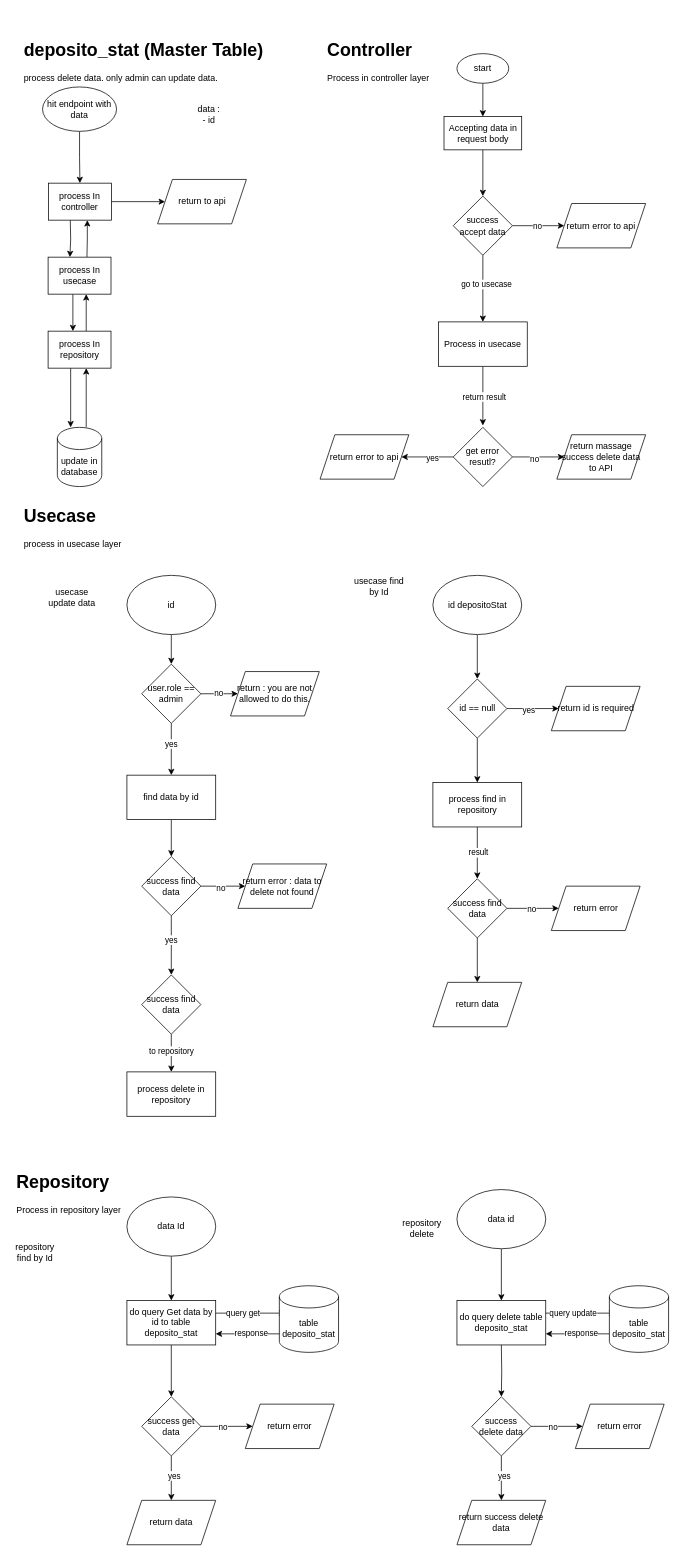
Above: page "delete_by_id" (3 of 3) of deposito_stat.drawio in MasEBTa/drawio (draw.io), before the change. Source tidied: cells renumbered, new cells numbered last; positions are measured from the earlier drawing's top-left corner, leaving out a move shared by most shapes. Both pictures are drawn from the tidied source at 74%, with x=0, y=0 at pixel (13, 35).
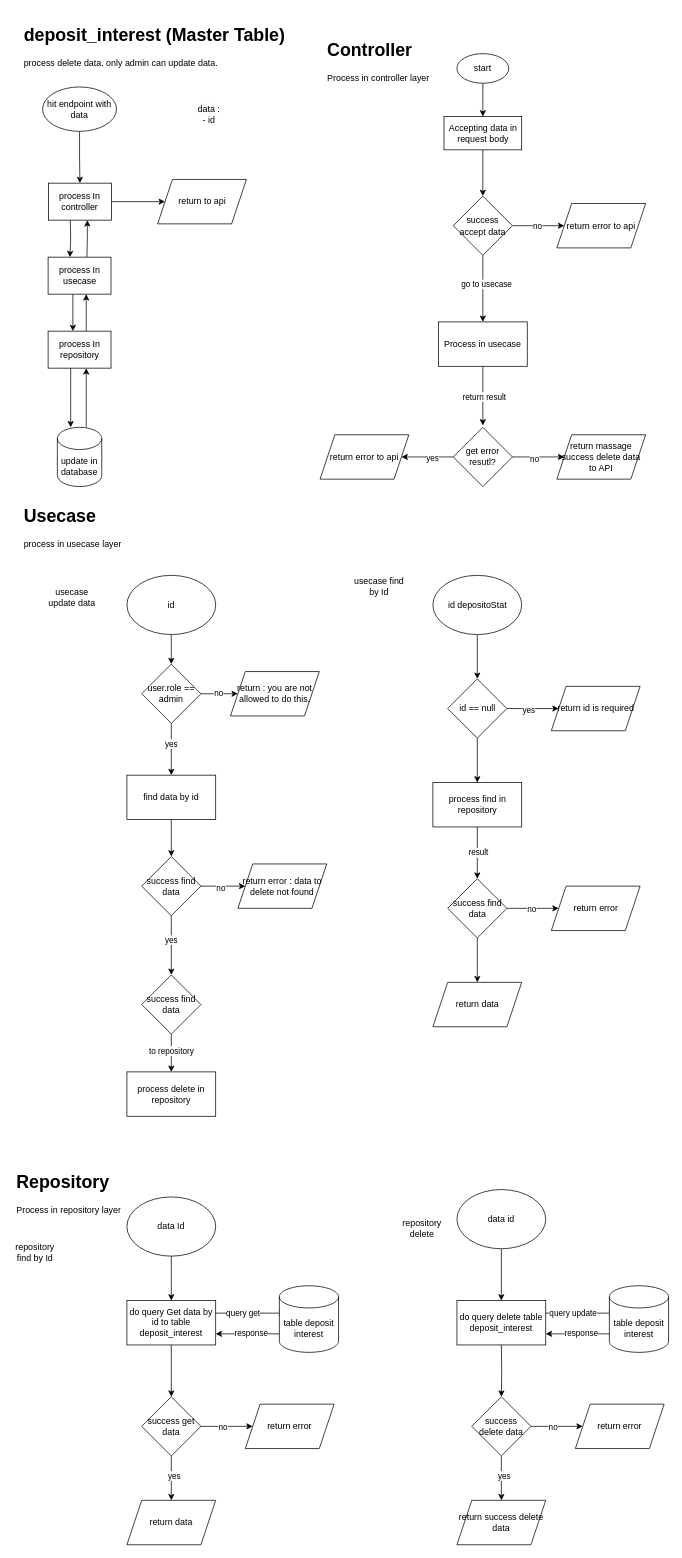
The same diagram, later.

What changed in the source:
```diff
@@
-    <mxCell id="2" value="&lt;h1 style=&quot;border-color: var(--border-color);&quot;&gt;deposito_stat (Master Table)&lt;/h1&gt;&lt;h1&gt;&lt;div style=&quot;border-color: var(--border-color); font-size: 12px; font-weight: 400;&quot;&gt;process delete data. only admin can update data.&lt;/div&gt;&lt;/h1&gt;" style="text;html=1;strokeColor=none;fillColor=none;spacing=5;spacingTop=-20;whiteSpace=wrap;overflow=hidden;rounded=0;" parent="1" vertex="1">
-      <mxGeometry x="10" width="340" height="70" as="geometry" />
+    <mxCell id="2" value="&lt;h1 style=&quot;border-color: var(--border-color);&quot;&gt;deposit_interest (Master Table)&lt;/h1&gt;&lt;h1&gt;&lt;div style=&quot;border-color: var(--border-color); font-size: 12px; font-weight: 400;&quot;&gt;process delete data. only admin can update data.&lt;/div&gt;&lt;/h1&gt;" style="text;html=1;strokeColor=none;fillColor=none;spacing=5;spacingTop=-20;whiteSpace=wrap;overflow=hidden;rounded=0;" parent="1" vertex="1">
+      <mxGeometry x="10" y="-20" width="380" height="70" as="geometry" />
     </mxCell>
@@
-    <mxCell id="84" value="do query Get data by id to table deposito_stat" style="whiteSpace=wrap;html=1;" parent="1" vertex="1">
+    <mxCell id="84" value="do query Get data by id to table deposit_interest" style="whiteSpace=wrap;html=1;" parent="1" vertex="1">
       <mxGeometry x="154" y="1710" width="120" height="60" as="geometry" />
     </mxCell>
@@
-    <mxCell id="87" value="table deposito_stat" style="shape=cylinder3;whiteSpace=wrap;html=1;boundedLbl=1;backgroundOutline=1;size=15;" parent="1" vertex="1">
+    <mxCell id="87" value="table deposit interest" style="shape=cylinder3;whiteSpace=wrap;html=1;boundedLbl=1;backgroundOutline=1;size=15;" parent="1" vertex="1">
       <mxGeometry x="360" y="1690" width="80" height="90" as="geometry" />
     </mxCell>
@@
-    <mxCell id="97" value="do query delete table deposito_stat" style="whiteSpace=wrap;html=1;" parent="1" vertex="1">
+    <mxCell id="97" value="do query delete table deposit_interest" style="whiteSpace=wrap;html=1;" parent="1" vertex="1">
       <mxGeometry x="600" y="1710" width="120" height="60" as="geometry" />
     </mxCell>
@@
-    <mxCell id="102" value="table deposito_stat" style="shape=cylinder3;whiteSpace=wrap;html=1;boundedLbl=1;backgroundOutline=1;size=15;" parent="1" vertex="1">
+    <mxCell id="102" value="table deposit interest" style="shape=cylinder3;whiteSpace=wrap;html=1;boundedLbl=1;backgroundOutline=1;size=15;" parent="1" vertex="1">
       <mxGeometry x="806" y="1690" width="80" height="90" as="geometry" />
     </mxCell>
```
